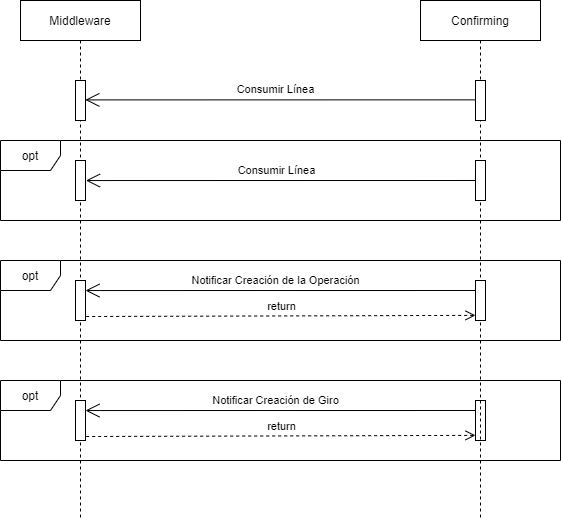
Before: Confirming/Diagrama_secuencia_gve_confirming.png, a diagram exported from draw.io (Derivatik/Recursos-Documentacion). Source tidied: cells renumbered, new cells last; positions are measured from the earlier drawing's top-left corner, leaving out a move shared by most shapes.
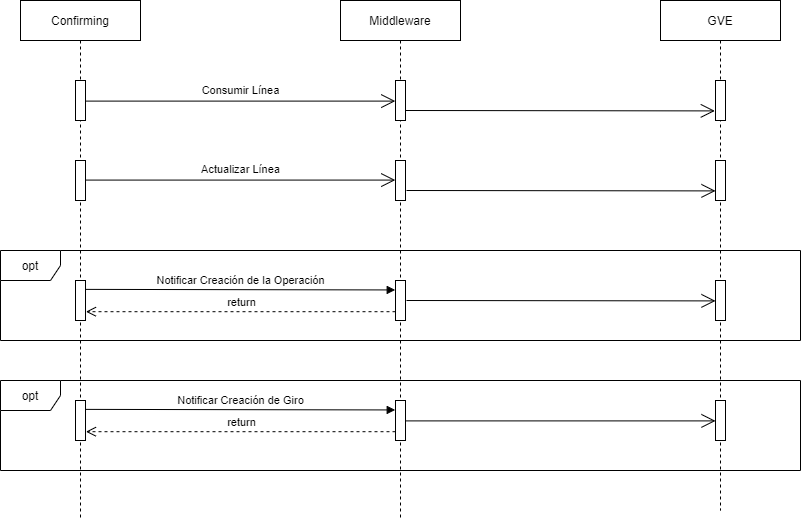
The same file after the commit.

Commit message:
diagrama gve

Diff of the diagram source:
```diff
@@ -2,93 +2,107 @@
   <root>
     <mxCell id="0" />
     <mxCell id="1" parent="0" />
+    <mxCell id="9" value="Middleware" style="shape=umlLifeline;perimeter=lifelinePerimeter;whiteSpace=wrap;html=1;" parent="1" vertex="1">
+      <mxGeometry x="260" width="120" height="520" as="geometry" />
+    </mxCell>
+    <mxCell id="10" style="html=1;points=[];perimeter=orthogonalPerimeter;" parent="9" vertex="1">
+      <mxGeometry x="55" y="80" width="10" height="40" as="geometry" />
+    </mxCell>
+    <mxCell id="12" style="html=1;perimeter=orthogonalPerimeter;" parent="9" vertex="1">
+      <mxGeometry x="55" y="160" width="10" height="40" as="geometry" />
+    </mxCell>
+    <mxCell id="25" style="html=1;points=[];perimeter=orthogonalPerimeter;" parent="9" vertex="1">
+      <mxGeometry x="55" y="280" width="10" height="40" as="geometry" />
+    </mxCell>
-    <mxCell id="2" value="Middleware" style="shape=umlLifeline;perimeter=lifelinePerimeter;whiteSpace=wrap;html=1;" parent="1" vertex="1">
-      <mxGeometry x="20" width="120" height="520" as="geometry" />
+    <mxCell id="2" value="Confirming" style="shape=umlLifeline;perimeter=lifelinePerimeter;whiteSpace=wrap;html=1;" parent="1" vertex="1">
+      <mxGeometry x="-60" width="120" height="520" as="geometry" />
     </mxCell>
     <mxCell id="3" style="html=1;points=[];perimeter=orthogonalPerimeter;" parent="2" vertex="1">
       <mxGeometry x="55" y="80" width="10" height="40" as="geometry" />
     </mxCell>
-    <mxCell id="4" style="html=1;points=[];perimeter=orthogonalPerimeter;" parent="2" vertex="1">
-      <mxGeometry x="55" y="400" width="10" height="40" as="geometry" />
-    </mxCell>
-    <mxCell id="5" style="html=1;points=[];perimeter=orthogonalPerimeter;" parent="2" vertex="1">
-      <mxGeometry x="455" y="400" width="10" height="40" as="geometry" />
-    </mxCell>
-    <mxCell id="6" style="endArrow=open;endFill=1;endSize=12;html=1;entryX=0.886;entryY=0.485;entryDx=0;entryDy=0;entryPerimeter=0;exitX=-0.061;exitY=0.484;exitDx=0;exitDy=0;exitPerimeter=0;" parent="2" edge="1">
-      <mxGeometry relative="1" as="geometry">
-        <mxPoint x="454.5" y="410" as="sourcePoint" />
-        <mxPoint x="65" y="410" as="targetPoint" />
-      </mxGeometry>
-    </mxCell>
-    <mxCell id="7" value="Notificar Creación de Giro" style="edgeLabel;html=1;align=center;verticalAlign=middle;" parent="6" vertex="1">
-      <mxGeometry x="0.07" relative="1" as="geometry">
-        <mxPoint x="9" y="-11" as="offset" />
-      </mxGeometry>
-    </mxCell>
-    <mxCell id="8" value="return" style="html=1;verticalAlign=bottom;endArrow=open;dashed=1;endSize=8;exitX=1.067;exitY=0.9;exitDx=0;exitDy=0;exitPerimeter=0;entryX=0;entryY=0.872;entryDx=0;entryDy=0;entryPerimeter=0;" parent="2" edge="1" source="4" target="5">
-      <mxGeometry relative="1" as="geometry" />
-    </mxCell>
-    <mxCell id="9" value="Confirming" style="shape=umlLifeline;perimeter=lifelinePerimeter;whiteSpace=wrap;html=1;" parent="1" vertex="1">
-      <mxGeometry x="420" width="120" height="520" as="geometry" />
-    </mxCell>
-    <mxCell id="10" style="html=1;points=[];perimeter=orthogonalPerimeter;" parent="9" vertex="1">
-      <mxGeometry x="55" y="80" width="10" height="40" as="geometry" />
-    </mxCell>
-    <mxCell id="11" style="html=1;perimeter=orthogonalPerimeter;" parent="9" vertex="1">
-      <mxGeometry x="-345" y="160" width="10" height="40" as="geometry" />
-    </mxCell>
-    <mxCell id="12" style="html=1;perimeter=orthogonalPerimeter;" parent="9" vertex="1">
-      <mxGeometry x="55" y="160" width="10" height="40" as="geometry" />
-    </mxCell>
-    <mxCell id="13" style="html=1;points=[];perimeter=orthogonalPerimeter;" parent="1" vertex="1">
-      <mxGeometry x="75" y="280" width="10" height="40" as="geometry" />
-    </mxCell>
-    <mxCell id="14" style="html=1;points=[];perimeter=orthogonalPerimeter;" parent="1" vertex="1">
-      <mxGeometry x="475" y="280" width="10" height="40" as="geometry" />
-    </mxCell>
+    <mxCell id="26" style="html=1;points=[];perimeter=orthogonalPerimeter;" parent="2" vertex="1">
+      <mxGeometry x="55" y="280" width="10" height="40" as="geometry" />
+    </mxCell>
-    <mxCell id="15" style="endArrow=open;endFill=1;endSize=12;html=1;entryX=0.886;entryY=0.485;entryDx=0;entryDy=0;entryPerimeter=0;exitX=-0.061;exitY=0.484;exitDx=0;exitDy=0;exitPerimeter=0;" parent="1" edge="1" source="10">
-      <mxGeometry relative="1" as="geometry">
-        <mxPoint x="84.9" y="99.4" as="targetPoint" />
-      </mxGeometry>
+    <mxCell id="15" style="endArrow=open;endFill=1;endSize=12;html=1;entryX=-0.021;entryY=0.515;entryDx=0;entryDy=0;entryPerimeter=0;" parent="1" edge="1" source="3" target="10">
+      <mxGeometry relative="1" as="geometry" />
     </mxCell>
     <mxCell id="16" value="Consumir Línea" style="edgeLabel;html=1;align=center;verticalAlign=middle;" parent="15" vertex="1">
       <mxGeometry x="0.07" relative="1" as="geometry">
-        <mxPoint x="9" y="-11" as="offset" />
+        <mxPoint x="-11.7" y="-11" as="offset" />
       </mxGeometry>
     </mxCell>
-    <mxCell id="17" style="endArrow=open;endFill=1;endSize=12;html=1;entryX=0.886;entryY=0.485;entryDx=0;entryDy=0;entryPerimeter=0;exitX=-0.061;exitY=0.484;exitDx=0;exitDy=0;exitPerimeter=0;" parent="1" edge="1">
-      <mxGeometry relative="1" as="geometry">
-        <mxPoint x="475" y="180" as="sourcePoint" />
-        <mxPoint x="85.5" y="180" as="targetPoint" />
-      </mxGeometry>
-    </mxCell>
-    <mxCell id="18" value="Consumir Línea" style="edgeLabel;html=1;align=center;verticalAlign=middle;" parent="17" vertex="1">
-      <mxGeometry x="0.07" relative="1" as="geometry">
-        <mxPoint x="9" y="-11" as="offset" />
-      </mxGeometry>
-    </mxCell>
-    <mxCell id="19" style="endArrow=open;endFill=1;endSize=12;html=1;entryX=0.886;entryY=0.485;entryDx=0;entryDy=0;entryPerimeter=0;exitX=-0.061;exitY=0.484;exitDx=0;exitDy=0;exitPerimeter=0;" parent="1" edge="1">
-      <mxGeometry relative="1" as="geometry">
-        <mxPoint x="474.5" y="290" as="sourcePoint" />
-        <mxPoint x="85" y="290" as="targetPoint" />
-      </mxGeometry>
-    </mxCell>
+    <mxCell id="27" value="GVE" style="shape=umlLifeline;perimeter=lifelinePerimeter;whiteSpace=wrap;html=1;" parent="1" vertex="1">
+      <mxGeometry x="580" width="120" height="510" as="geometry" />
+    </mxCell>
+    <mxCell id="28" style="html=1;points=[];perimeter=orthogonalPerimeter;" parent="27" vertex="1">
+      <mxGeometry x="55" y="80" width="10" height="40" as="geometry" />
+    </mxCell>
+    <mxCell id="29" style="html=1;perimeter=orthogonalPerimeter;" parent="27" vertex="1">
+      <mxGeometry x="55" y="160" width="10" height="40" as="geometry" />
+    </mxCell>
+    <mxCell id="30" style="html=1;points=[];perimeter=orthogonalPerimeter;" parent="27" vertex="1">
+      <mxGeometry x="-265" y="400" width="10" height="40" as="geometry" />
+    </mxCell>
+    <mxCell id="31" style="html=1;points=[];perimeter=orthogonalPerimeter;" parent="27" vertex="1">
+      <mxGeometry x="-585" y="400" width="10" height="40" as="geometry" />
+    </mxCell>
+    <mxCell id="7" value="Notificar Creación de Giro" style="html=1;verticalAlign=bottom;endArrow=block;entryX=-0.029;entryY=0.236;entryDx=0;entryDy=0;entryPerimeter=0;exitX=1.026;exitY=0.222;exitDx=0;exitDy=0;exitPerimeter=0;" parent="27" edge="1" source="31" target="30">
+      <mxGeometry relative="1" as="geometry" />
+    </mxCell>
+    <mxCell id="32" value="return" style="html=1;verticalAlign=bottom;endArrow=open;dashed=1;endSize=8;entryX=1.043;entryY=0.78;entryDx=0;entryDy=0;entryPerimeter=0;" parent="27" edge="1" source="30" target="31">
+      <mxGeometry relative="1" as="geometry" />
+    </mxCell>
+    <mxCell id="33" style="endArrow=open;endFill=1;endSize=12;html=1;entryX=-0.068;entryY=0.76;entryDx=0;entryDy=0;entryPerimeter=0;" parent="27" edge="1" source="30">
+      <mxGeometry relative="1" as="geometry">
+        <mxPoint x="55" y="420.4" as="targetPoint" />
+      </mxGeometry>
+    </mxCell>
+    <mxCell id="4" style="html=1;points=[];perimeter=orthogonalPerimeter;" parent="27" vertex="1">
+      <mxGeometry x="55" y="400" width="10" height="40" as="geometry" />
+    </mxCell>
+    <mxCell id="11" style="html=1;perimeter=orthogonalPerimeter;" parent="1" vertex="1">
+      <mxGeometry x="-5" y="160" width="10" height="40" as="geometry" />
+    </mxCell>
+    <mxCell id="34" style="endArrow=open;endFill=1;endSize=12;html=1;exitX=1.033;exitY=0.75;exitDx=0;exitDy=0;exitPerimeter=0;entryX=-0.068;entryY=0.76;entryDx=0;entryDy=0;entryPerimeter=0;" parent="1" edge="1" source="10" target="28">
+      <mxGeometry relative="1" as="geometry" />
+    </mxCell>
+    <mxCell id="35" style="endArrow=open;endFill=1;endSize=12;html=1;entryX=-0.021;entryY=0.515;entryDx=0;entryDy=0;entryPerimeter=0;" parent="1" edge="1">
+      <mxGeometry relative="1" as="geometry">
+        <mxPoint x="5" y="179.6" as="sourcePoint" />
+        <mxPoint x="314.8" y="179.6" as="targetPoint" />
+      </mxGeometry>
+    </mxCell>
+    <mxCell id="36" value="Actualizar Línea" style="edgeLabel;html=1;align=center;verticalAlign=middle;" parent="35" vertex="1">
+      <mxGeometry x="0.07" relative="1" as="geometry">
+        <mxPoint x="-11.7" y="-11" as="offset" />
+      </mxGeometry>
+    </mxCell>
-    <mxCell id="20" value="Notificar Creación de la Operación" style="edgeLabel;html=1;align=center;verticalAlign=middle;" parent="19" vertex="1">
-      <mxGeometry x="0.07" relative="1" as="geometry">
-        <mxPoint x="9" y="-11" as="offset" />
-      </mxGeometry>
+    <mxCell id="20" value="Notificar Creación de la Operación" style="html=1;verticalAlign=bottom;endArrow=block;entryX=-0.029;entryY=0.236;entryDx=0;entryDy=0;entryPerimeter=0;exitX=1.026;exitY=0.222;exitDx=0;exitDy=0;exitPerimeter=0;" parent="1" edge="1" source="26" target="25">
+      <mxGeometry relative="1" as="geometry" />
     </mxCell>
-    <mxCell id="21" value="return" style="html=1;verticalAlign=bottom;endArrow=open;dashed=1;endSize=8;exitX=1.067;exitY=0.9;exitDx=0;exitDy=0;exitPerimeter=0;entryX=0;entryY=0.872;entryDx=0;entryDy=0;entryPerimeter=0;" parent="1" edge="1" source="13" target="14">
-      <mxGeometry relative="1" as="geometry" />
-    </mxCell>
-    <mxCell id="22" value="opt" style="shape=umlFrame;whiteSpace=wrap;html=1;" parent="1" vertex="1">
-      <mxGeometry y="380" width="560" height="80" as="geometry" />
-    </mxCell>
-    <mxCell id="23" value="opt" style="shape=umlFrame;whiteSpace=wrap;html=1;" parent="1" vertex="1">
-      <mxGeometry y="260" width="560" height="80" as="geometry" />
-    </mxCell>
-    <mxCell id="24" value="opt" style="shape=umlFrame;whiteSpace=wrap;html=1;" parent="1" vertex="1">
-      <mxGeometry y="140" width="560" height="80" as="geometry" />
-    </mxCell>
+    <mxCell id="37" value="return" style="html=1;verticalAlign=bottom;endArrow=open;dashed=1;endSize=8;entryX=1.043;entryY=0.78;entryDx=0;entryDy=0;entryPerimeter=0;" parent="1" edge="1" source="25" target="26">
+      <mxGeometry relative="1" as="geometry" />
+    </mxCell>
+    <mxCell id="38" style="endArrow=open;endFill=1;endSize=12;html=1;exitX=1.033;exitY=0.75;exitDx=0;exitDy=0;exitPerimeter=0;entryX=-0.068;entryY=0.76;entryDx=0;entryDy=0;entryPerimeter=0;" parent="1" edge="1">
+      <mxGeometry relative="1" as="geometry">
+        <mxPoint x="326" y="300" as="sourcePoint" />
+        <mxPoint x="635" y="300.4" as="targetPoint" />
+      </mxGeometry>
+    </mxCell>
+    <mxCell id="39" style="html=1;perimeter=orthogonalPerimeter;" parent="1" vertex="1">
+      <mxGeometry x="635" y="280" width="10" height="40" as="geometry" />
+    </mxCell>
+    <mxCell id="40" style="endArrow=open;endFill=1;endSize=12;html=1;exitX=1.033;exitY=0.75;exitDx=0;exitDy=0;exitPerimeter=0;entryX=-0.068;entryY=0.76;entryDx=0;entryDy=0;entryPerimeter=0;" parent="1" edge="1">
+      <mxGeometry relative="1" as="geometry">
+        <mxPoint x="326" y="190" as="sourcePoint" />
+        <mxPoint x="635" y="190.4" as="targetPoint" />
+      </mxGeometry>
+    </mxCell>
+    <mxCell id="41" value="opt" style="shape=umlFrame;whiteSpace=wrap;html=1;" parent="1" vertex="1">
+      <mxGeometry x="-80" y="250" width="800" height="90" as="geometry" />
+    </mxCell>
+    <mxCell id="42" value="opt" style="shape=umlFrame;whiteSpace=wrap;html=1;" parent="1" vertex="1">
+      <mxGeometry x="-80" y="380" width="800" height="90" as="geometry" />
+    </mxCell>
   </root>
 </mxGraphModel>
```
